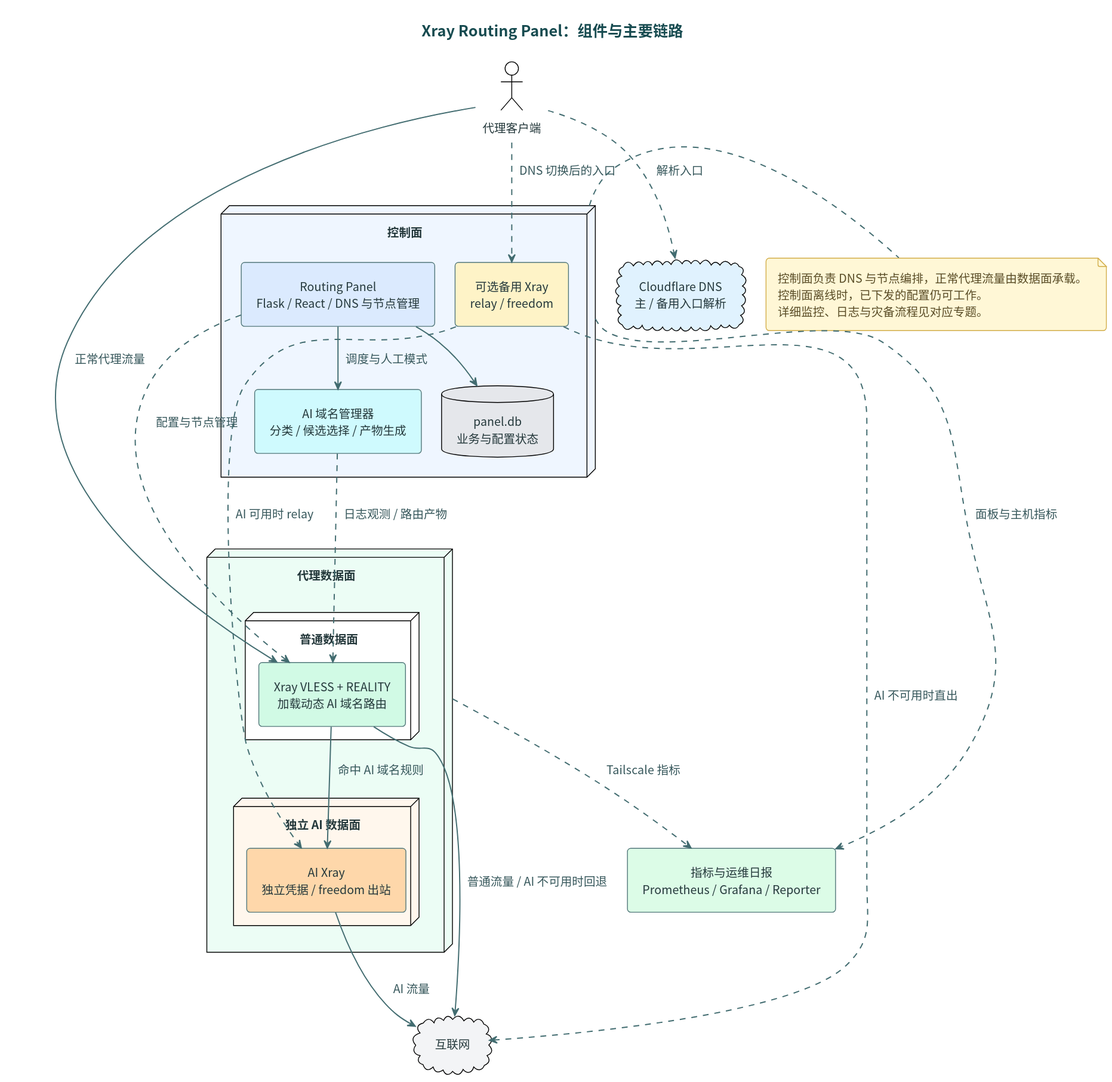
Before: docs/diagrams/system-architecture.svg, a diagram exported from PlantUML (i-zrhe2016/ai-routing-panel).
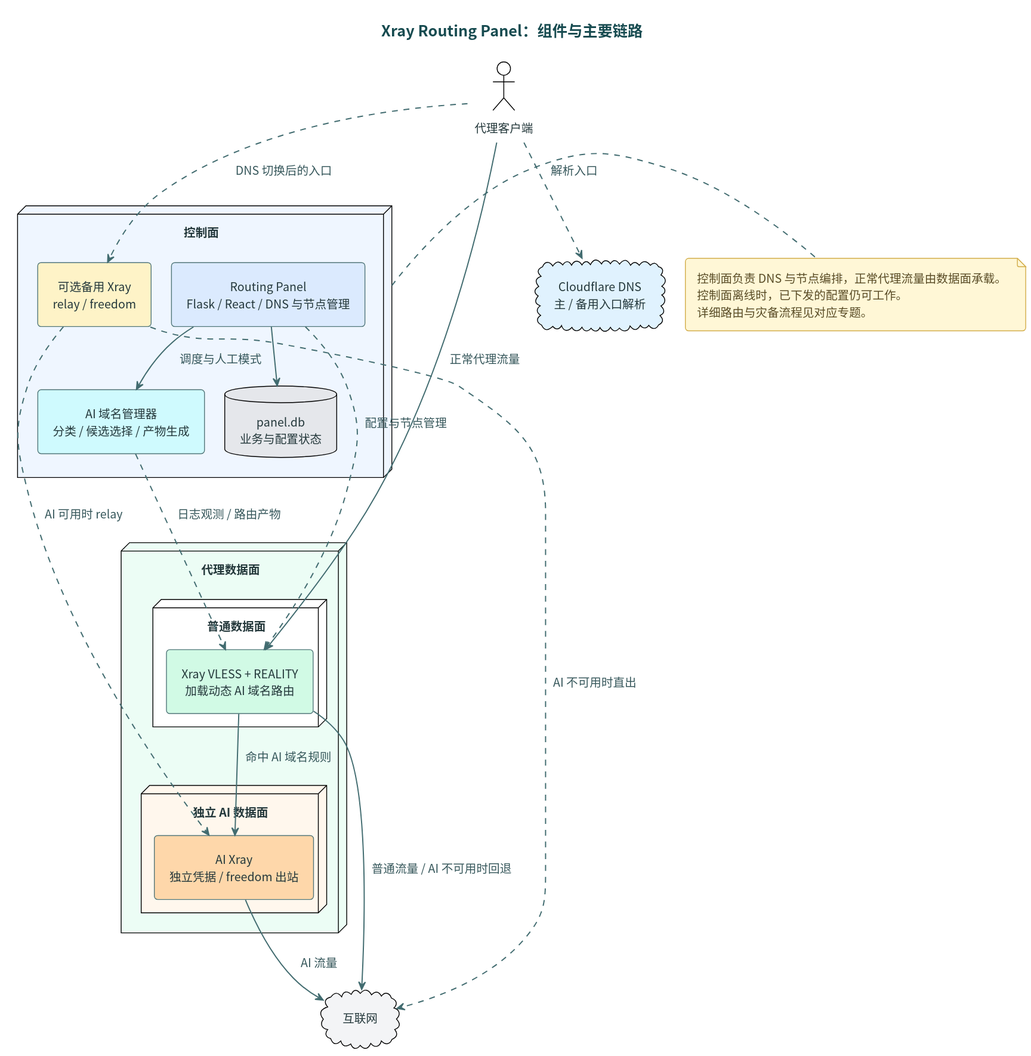
The same file after the commit.

The edit, as a diff of the source:
```diff
@@ -22,7 +22,6 @@
   database "panel.db\n业务与配置状态" as db #E5E7EB
   component "可选备用 Xray\nrelay / freedom" as backup #FEF3C7
 }
-component "指标与运维日报\nPrometheus / Grafana / Reporter" as observability #DCFCE7
 
 client ..> dns : 解析入口
 client --> normalXray : 正常代理流量
@@ -38,12 +37,10 @@
 backup ..> aiXray : AI 可用时 relay
 backup ..> internet : AI 不可用时直出
 
-planes ..> observability : Tailscale 指标
-control ..> observability : 面板与主机指标
 
 note right of control
 控制面负责 DNS 与节点编排，正常代理流量由数据面承载。
 控制面离线时，已下发的配置仍可工作。
-详细监控、日志与灾备流程见对应专题。
+详细路由与灾备流程见对应专题。
 end note
 @enduml
```
